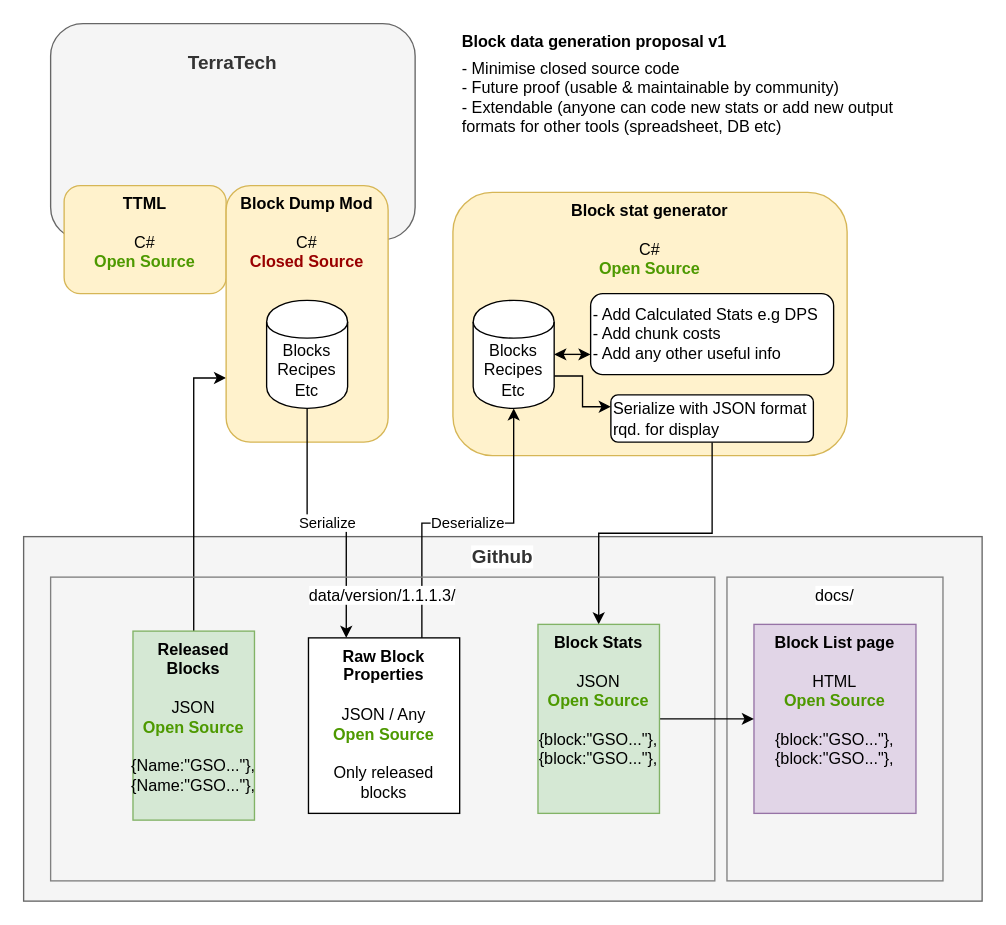
Danny-Alexander/terratech-block-list keeps this draw.io diagram as docs/Data generation proposal v1.drawio. Above is the earlier version. Source tidied: cells renumbered, new cells numbered last; positions are measured from the earlier drawing's top-left corner, leaving out a move shared by most shapes. Both pictures are drawn from the tidied source at 135%, with x=0, y=0 at pixel (23, 23).
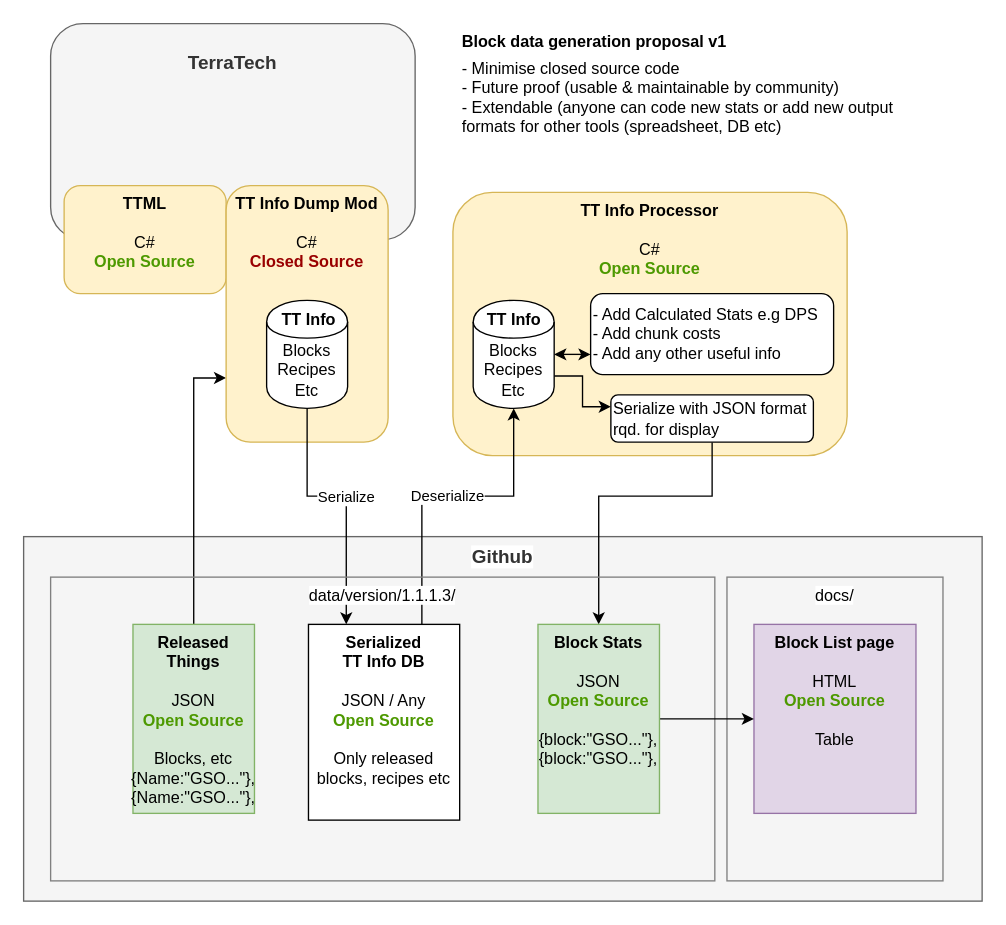
The same page after the edit.

Unchanged cells that the change refers to:
```xml
<mxCell id="9" value="Blocks&lt;br&gt;Recipes&lt;br&gt;Etc" style="shape=cylinder;whiteSpace=wrap;html=1;boundedLbl=1;backgroundOutline=1;" parent="1" vertex="1">
  <mxGeometry x="180" y="205" width="60" height="80" as="geometry" />
</mxCell>
<mxCell id="12" value="Blocks&lt;br&gt;Recipes&lt;br&gt;Etc" style="shape=cylinder;whiteSpace=wrap;html=1;boundedLbl=1;backgroundOutline=1;" parent="1" vertex="1">
  <mxGeometry x="333" y="205" width="60" height="80" as="geometry" />
</mxCell>
<mxCell id="17" value="Serialize with JSON format rqd. for display" style="rounded=1;whiteSpace=wrap;html=1;align=left;" parent="1" vertex="1">
  <mxGeometry x="435" y="275" width="150" height="35" as="geometry" />
</mxCell>
<mxCell id="24" value="&lt;b&gt;Block Stats&lt;br&gt;&lt;/b&gt;&lt;br&gt;JSON&lt;br&gt;&lt;b style=&quot;color: rgb(77 , 153 , 0)&quot;&gt;Open Source&lt;/b&gt;&lt;br&gt;&lt;br&gt;{block:&quot;GSO...&quot;},&lt;br&gt;{block:&quot;GSO...&quot;}," style="rounded=0;whiteSpace=wrap;html=1;verticalAlign=top;fillColor=#d5e8d4;strokeColor=#82b366;" parent="1" vertex="1">
  <mxGeometry x="381" y="445" width="90" height="140" as="geometry" />
</mxCell>
```

The edit, as a diff of the source:
```diff
@@
-    <mxCell id="6" value="&lt;b style=&quot;white-space: normal&quot;&gt;Block Dump Mod&lt;br&gt;&lt;/b&gt;&lt;br style=&quot;white-space: normal&quot;&gt;&lt;span style=&quot;white-space: normal&quot;&gt;C#&lt;/span&gt;&lt;br style=&quot;white-space: normal&quot;&gt;&lt;span style=&quot;white-space: normal&quot;&gt;&lt;font color=&quot;#990000&quot;&gt;&lt;b&gt;Closed Source&lt;/b&gt;&lt;/font&gt;&lt;/span&gt;" style="rounded=1;whiteSpace=wrap;html=1;fillColor=#fff2cc;strokeColor=#d6b656;verticalAlign=top;" parent="1" vertex="1">
+    <mxCell id="6" value="&lt;b style=&quot;white-space: normal&quot;&gt;TT Info Dump Mod&lt;br&gt;&lt;/b&gt;&lt;br style=&quot;white-space: normal&quot;&gt;&lt;span style=&quot;white-space: normal&quot;&gt;C#&lt;/span&gt;&lt;br style=&quot;white-space: normal&quot;&gt;&lt;span style=&quot;white-space: normal&quot;&gt;&lt;font color=&quot;#990000&quot;&gt;&lt;b&gt;Closed Source&lt;/b&gt;&lt;/font&gt;&lt;/span&gt;" style="rounded=1;whiteSpace=wrap;html=1;fillColor=#fff2cc;strokeColor=#d6b656;verticalAlign=top;" parent="1" vertex="1">
       <mxGeometry x="150" y="120" width="120" height="190" as="geometry" />
     </mxCell>
-    <mxCell id="7" value="&lt;b style=&quot;white-space: normal&quot;&gt;Block stat generator&lt;br&gt;&lt;/b&gt;&lt;br style=&quot;white-space: normal&quot;&gt;&lt;span style=&quot;white-space: normal&quot;&gt;C#&lt;/span&gt;&lt;br style=&quot;white-space: normal&quot;&gt;&lt;span style=&quot;white-space: normal&quot;&gt;&lt;font color=&quot;#4d9900&quot;&gt;&lt;b&gt;Open Source&lt;/b&gt;&lt;/font&gt;&lt;/span&gt;" style="rounded=1;whiteSpace=wrap;html=1;fillColor=#fff2cc;strokeColor=#d6b656;verticalAlign=top;" parent="1" vertex="1">
+    <mxCell id="7" value="&lt;b style=&quot;white-space: normal&quot;&gt;TT Info Processor&lt;br&gt;&lt;/b&gt;&lt;br style=&quot;white-space: normal&quot;&gt;&lt;span style=&quot;white-space: normal&quot;&gt;C#&lt;/span&gt;&lt;br style=&quot;white-space: normal&quot;&gt;&lt;span style=&quot;white-space: normal&quot;&gt;&lt;font color=&quot;#4d9900&quot;&gt;&lt;b&gt;Open Source&lt;/b&gt;&lt;/font&gt;&lt;/span&gt;" style="rounded=1;whiteSpace=wrap;html=1;fillColor=#fff2cc;strokeColor=#d6b656;verticalAlign=top;" parent="1" vertex="1">
       <mxGeometry x="318" y="125" width="292" height="195" as="geometry" />
     </mxCell>
     <mxCell id="8" value="Serialize" style="edgeStyle=orthogonalEdgeStyle;rounded=0;jettySize=auto;html=1;exitX=0.5;exitY=1;exitDx=0;exitDy=0;entryX=0.25;entryY=0;entryDx=0;entryDy=0;" parent="1" edge="1" source="9" target="22">
-      <mxGeometry relative="1" as="geometry" />
+      <mxGeometry relative="1" as="geometry">
+        <Array as="points">
+          <mxPoint x="210" y="350" />
+          <mxPoint x="239" y="350" />
+        </Array>
+      </mxGeometry>
     </mxCell>
@@
     <mxCell id="14" value="Deserialize" style="edgeStyle=orthogonalEdgeStyle;rounded=0;jettySize=auto;html=1;exitX=0.75;exitY=0;exitDx=0;exitDy=0;entryX=0.5;entryY=1;entryDx=0;entryDy=0;" parent="1" edge="1" source="22" target="12">
-      <mxGeometry relative="1" as="geometry" />
+      <mxGeometry relative="1" as="geometry">
+        <Array as="points">
+          <mxPoint x="295" y="350" />
+          <mxPoint x="363" y="350" />
+        </Array>
+      </mxGeometry>
     </mxCell>
@@
     <mxCell id="16" style="edgeStyle=orthogonalEdgeStyle;rounded=0;jettySize=auto;html=1;exitX=0.5;exitY=1;exitDx=0;exitDy=0;entryX=0.5;entryY=0;entryDx=0;entryDy=0;startArrow=none;startFill=0;" parent="1" edge="1" source="17" target="24">
-      <mxGeometry relative="1" as="geometry" />
+      <mxGeometry relative="1" as="geometry">
+        <Array as="points">
+          <mxPoint x="510" y="350" />
+          <mxPoint x="426" y="350" />
+        </Array>
+      </mxGeometry>
     </mxCell>
@@
-    <mxCell id="20" value="&lt;b&gt;Block List page&lt;br&gt;&lt;/b&gt;&lt;br&gt;HTML&lt;br&gt;&lt;font color=&quot;#4d9900&quot;&gt;&lt;b&gt;Open Source&lt;/b&gt;&lt;/font&gt;&lt;br&gt;&lt;br&gt;{block:&quot;GSO...&quot;},&lt;br&gt;{block:&quot;GSO...&quot;}," style="rounded=0;whiteSpace=wrap;html=1;verticalAlign=top;fillColor=#e1d5e7;strokeColor=#9673a6;" parent="1" vertex="1">
+    <mxCell id="20" value="&lt;b&gt;Block List page&lt;br&gt;&lt;/b&gt;&lt;br&gt;HTML&lt;br&gt;&lt;font color=&quot;#4d9900&quot;&gt;&lt;b&gt;Open Source&lt;/b&gt;&lt;/font&gt;&lt;br&gt;&lt;br&gt;Table" style="rounded=0;whiteSpace=wrap;html=1;verticalAlign=top;fillColor=#e1d5e7;strokeColor=#9673a6;" parent="1" vertex="1">
       <mxGeometry x="541" y="445" width="120" height="140" as="geometry" />
     </mxCell>
-    <mxCell id="21" value="&lt;b&gt;Released Blocks&lt;br&gt;&lt;/b&gt;&lt;br&gt;JSON&lt;br&gt;&lt;b style=&quot;color: rgb(77 , 153 , 0)&quot;&gt;Open Source&lt;/b&gt;&lt;br&gt;&lt;br&gt;{Name:&quot;GSO...&quot;},&lt;br&gt;{Name:&quot;GSO...&quot;}," style="rounded=0;whiteSpace=wrap;html=1;verticalAlign=top;fillColor=#d5e8d4;strokeColor=#82b366;" parent="1" vertex="1">
-      <mxGeometry x="81" y="450" width="90" height="140" as="geometry" />
+    <mxCell id="21" value="&lt;b&gt;Released Things&lt;br&gt;&lt;/b&gt;&lt;br&gt;JSON&lt;br&gt;&lt;b style=&quot;color: rgb(77 , 153 , 0)&quot;&gt;Open Source&lt;/b&gt;&lt;br&gt;&lt;br&gt;Blocks, etc&lt;br&gt;{Name:&quot;GSO...&quot;},&lt;br&gt;{Name:&quot;GSO...&quot;}," style="rounded=0;whiteSpace=wrap;html=1;verticalAlign=top;fillColor=#d5e8d4;strokeColor=#82b366;" parent="1" vertex="1">
+      <mxGeometry x="81" y="445" width="90" height="140" as="geometry" />
     </mxCell>
-    <mxCell id="22" value="&lt;b&gt;Raw Block Properties&lt;br&gt;&lt;/b&gt;&lt;br&gt;JSON / Any&lt;br&gt;&lt;font color=&quot;#4d9900&quot;&gt;&lt;b&gt;Open Source&lt;/b&gt;&lt;/font&gt;&lt;br&gt;&lt;br&gt;Only released blocks" style="rounded=0;whiteSpace=wrap;html=1;verticalAlign=top;" parent="1" vertex="1">
-      <mxGeometry x="211" y="455" width="112" height="130" as="geometry" />
+    <mxCell id="22" value="&lt;b&gt;Serialized &lt;br&gt;TT Info DB&lt;br&gt;&lt;/b&gt;&lt;br&gt;JSON / Any&lt;br&gt;&lt;font color=&quot;#4d9900&quot;&gt;&lt;b&gt;Open Source&lt;/b&gt;&lt;/font&gt;&lt;br&gt;&lt;br&gt;Only released blocks, recipes etc" style="rounded=0;whiteSpace=wrap;html=1;verticalAlign=top;" parent="1" vertex="1">
+      <mxGeometry x="211" y="445" width="112" height="145" as="geometry" />
     </mxCell>
@@
+    <mxCell id="27" value="TT Info" style="text;html=1;strokeColor=none;fillColor=none;align=center;verticalAlign=middle;whiteSpace=wrap;rounded=0;labelBackgroundColor=#ffffff;fontStyle=1;" parent="1" vertex="1">
+      <mxGeometry x="186.5" y="210" width="49" height="20" as="geometry" />
+    </mxCell>
+    <mxCell id="28" value="TT Info" style="text;html=1;strokeColor=none;fillColor=none;align=center;verticalAlign=middle;whiteSpace=wrap;rounded=0;labelBackgroundColor=#ffffff;fontStyle=1;" parent="1" vertex="1">
+      <mxGeometry x="338.5" y="210" width="49" height="20" as="geometry" />
+    </mxCell>
```
